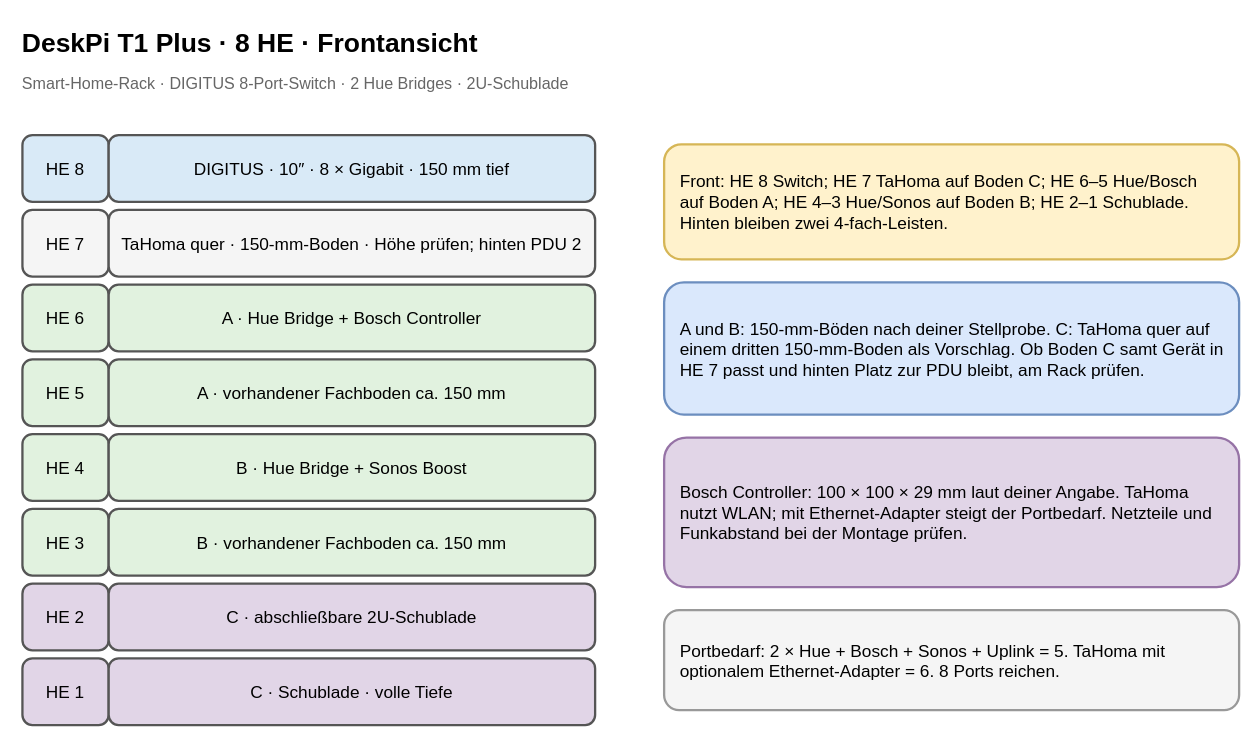
The draw.io diagram page "DeskPi 8 HE – Front" (1 of 4) of 10-zoll-rack-planung.drawio in tiptronic/diagrams, before the edit. Source tidied: cells renumbered, new cells numbered last; positions are measured from the earlier drawing's top-left corner, leaving out a move shared by most shapes. Both pictures are drawn from the tidied source at 115%, with x=0, y=0 at pixel (20, 20).
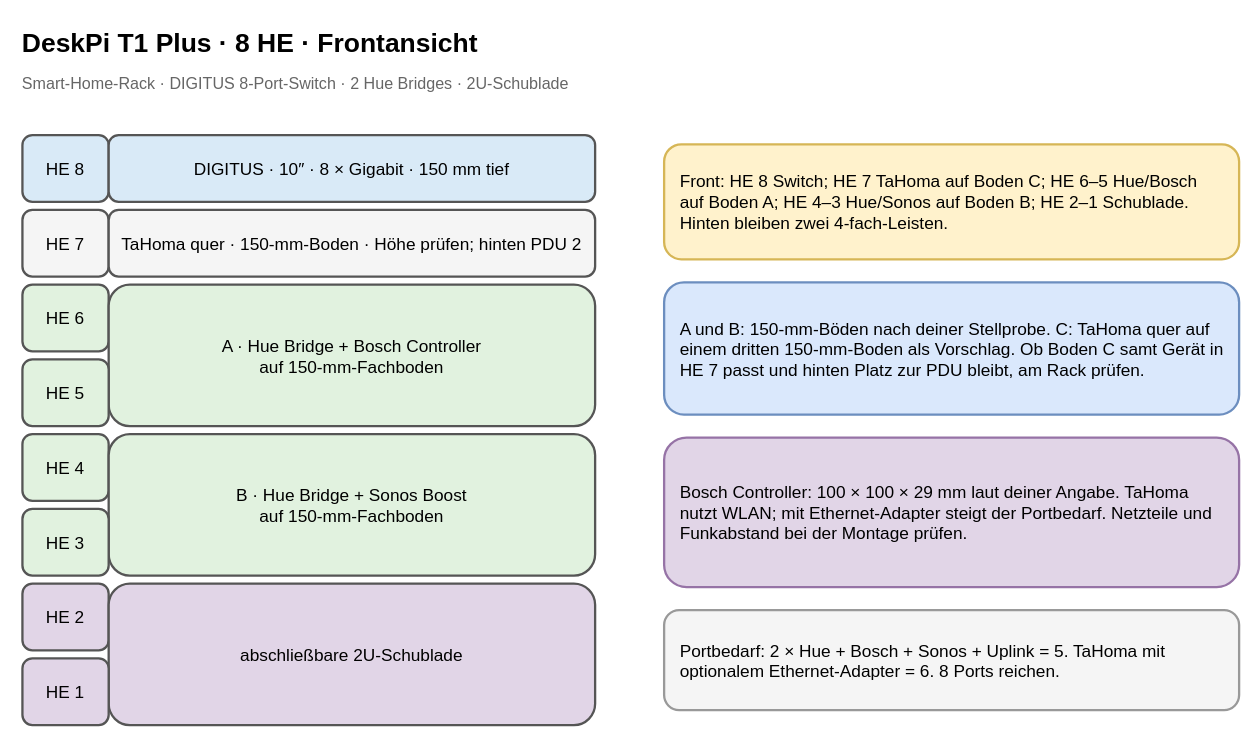
The same page after the edit.

Commit message:
Group related rack units in front view

The edit, as a diff of the source:
```diff
@@
-    <mxCell id="9" value="A · Hue Bridge + Bosch Controller" style="rounded=1;whiteSpace=wrap;html=1;align=center;verticalAlign=middle;strokeWidth=2;fontSize=15;fillColor=#e1f2df;strokeColor=#555555;" parent="1" vertex="1">
-      <mxGeometry x="77" y="230" width="423" height="58" as="geometry" />
+    <mxCell id="9" value="A · Hue Bridge + Bosch Controller&#10;auf 150-mm-Fachboden" style="rounded=1;whiteSpace=wrap;html=1;align=center;verticalAlign=middle;strokeWidth=2;fontSize=15;fillColor=#e1f2df;strokeColor=#555555;" parent="1" vertex="1">
+      <mxGeometry x="77" y="230" width="423" height="123" as="geometry" />
     </mxCell>
@@
-    <mxCell id="11" value="A · vorhandener Fachboden ca. 150 mm" style="rounded=1;whiteSpace=wrap;html=1;align=center;verticalAlign=middle;strokeWidth=2;fontSize=15;fillColor=#e1f2df;strokeColor=#555555;" parent="1" vertex="1">
-      <mxGeometry x="77" y="295" width="423" height="58" as="geometry" />
-    </mxCell>
@@
-    <mxCell id="13" value="B · Hue Bridge + Sonos Boost" style="rounded=1;whiteSpace=wrap;html=1;align=center;verticalAlign=middle;strokeWidth=2;fontSize=15;fillColor=#e1f2df;strokeColor=#555555;" parent="1" vertex="1">
-      <mxGeometry x="77" y="360" width="423" height="58" as="geometry" />
+    <mxCell id="13" value="B · Hue Bridge + Sonos Boost&#10;auf 150-mm-Fachboden" style="rounded=1;whiteSpace=wrap;html=1;align=center;verticalAlign=middle;strokeWidth=2;fontSize=15;fillColor=#e1f2df;strokeColor=#555555;" parent="1" vertex="1">
+      <mxGeometry x="77" y="360" width="423" height="123" as="geometry" />
     </mxCell>
@@
-    <mxCell id="15" value="B · vorhandener Fachboden ca. 150 mm" style="rounded=1;whiteSpace=wrap;html=1;align=center;verticalAlign=middle;strokeWidth=2;fontSize=15;fillColor=#e1f2df;strokeColor=#555555;" parent="1" vertex="1">
-      <mxGeometry x="77" y="425" width="423" height="58" as="geometry" />
-    </mxCell>
@@
-    <mxCell id="17" value="C · abschließbare 2U-Schublade" style="rounded=1;whiteSpace=wrap;html=1;align=center;verticalAlign=middle;strokeWidth=2;fontSize=15;fillColor=#e1d5e7;strokeColor=#555555;" parent="1" vertex="1">
-      <mxGeometry x="77" y="490" width="423" height="58" as="geometry" />
+    <mxCell id="17" value="abschließbare 2U-Schublade" style="rounded=1;whiteSpace=wrap;html=1;align=center;verticalAlign=middle;strokeWidth=2;fontSize=15;fillColor=#e1d5e7;strokeColor=#555555;" parent="1" vertex="1">
+      <mxGeometry x="77" y="490" width="423" height="123" as="geometry" />
     </mxCell>
@@
-    <mxCell id="19" value="C · Schublade · volle Tiefe" style="rounded=1;whiteSpace=wrap;html=1;align=center;verticalAlign=middle;strokeWidth=2;fontSize=15;fillColor=#e1d5e7;strokeColor=#555555;" parent="1" vertex="1">
-      <mxGeometry x="77" y="555" width="423" height="58" as="geometry" />
-    </mxCell>
```
